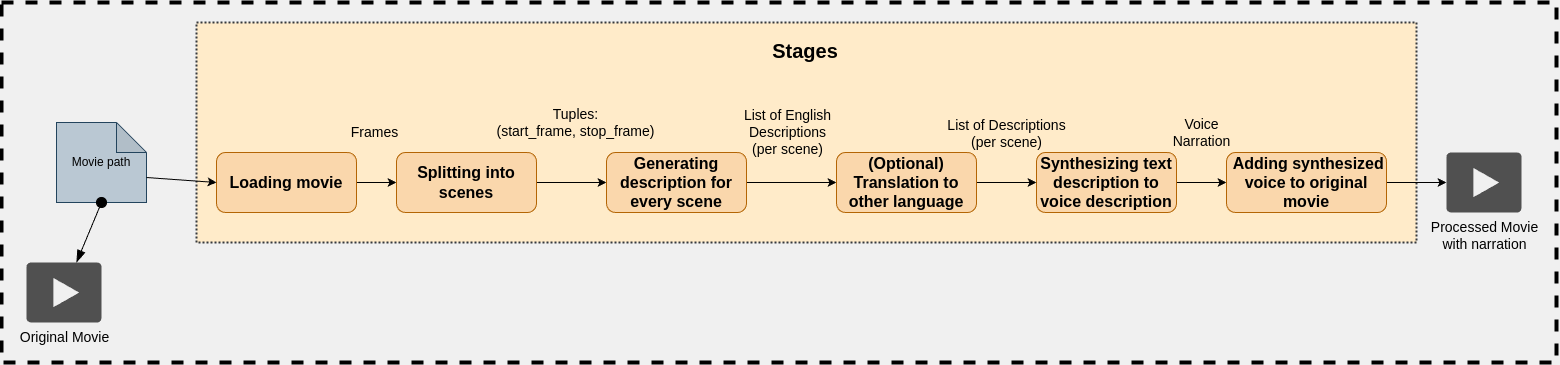
Before: Dataflow_Stages.png, a diagram exported from draw.io (BJankow/hackster.io-AI-video-narration-for-visually-impaired). Source tidied: cells renumbered, new cells last; positions are measured from the earlier drawing's top-left corner, leaving out a move shared by most shapes. The source it was exported from:
```xml
<mxGraphModel background="#F0F0F0">
  <root>
    <mxCell id="0" />
    <mxCell id="1" value="Stages" parent="0" />
    <mxCell id="2" value="&lt;font size=&quot;1&quot; style=&quot;&quot;&gt;&lt;b style=&quot;font-size: 20px;&quot;&gt;Stages&lt;/b&gt;&lt;/font&gt;" style="rounded=0;whiteSpace=wrap;html=1;fillColor=#FFEBC9;movableLabel=1;strokeWidth=2;dashed=1;dashPattern=1 1;strokeColor=#36393d;" parent="1" vertex="1">
      <mxGeometry x="195" y="20" width="1220" height="220" as="geometry">
        <mxPoint x="-1" y="-82" as="offset" />
      </mxGeometry>
    </mxCell>
    <mxCell id="3" value="&lt;font style=&quot;font-size: 14px;&quot;&gt;Frames&lt;/font&gt;" style="edgeStyle=orthogonalEdgeStyle;rounded=0;jettySize=auto;html=1;labelBackgroundColor=#FFEBC9;" parent="1" edge="1" source="4" target="8">
      <mxGeometry x="-0.14" y="50" relative="1" as="geometry" />
    </mxCell>
    <mxCell id="4" value="&lt;font style=&quot;font-size: 16px;&quot;&gt;&lt;b&gt;Loading movie&lt;/b&gt;&lt;/font&gt;" style="rounded=1;whiteSpace=wrap;html=1;fillColor=#fad7ac;strokeColor=#b46504;" parent="1" vertex="1">
      <mxGeometry x="215" y="150" width="140" height="60" as="geometry" />
    </mxCell>
    <mxCell id="5" value="Movie path" style="shape=note;whiteSpace=wrap;html=1;backgroundOutline=1;darkOpacity=0.05;fillColor=#bac8d3;strokeColor=#23445d;" parent="1" vertex="1">
      <mxGeometry x="55" y="120" width="90" height="80" as="geometry" />
    </mxCell>
    <mxCell id="6" style="rounded=0;jettySize=auto;html=1;entryX=0;entryY=0;entryDx=90;entryDy=55;entryPerimeter=0;endArrow=none;endFill=0;exitX=0;exitY=0.5;exitDx=0;exitDy=0;startArrow=classic;startFill=1;" parent="1" edge="1" source="4" target="5">
      <mxGeometry relative="1" as="geometry" />
    </mxCell>
    <mxCell id="7" value="&lt;span style=&quot;font-size: 14px;&quot;&gt;Tuples:&lt;br&gt;(start_frame, stop_frame)&lt;/span&gt;" style="edgeStyle=orthogonalEdgeStyle;rounded=0;jettySize=auto;html=1;labelBackgroundColor=#FFEBC9;" parent="1" edge="1" source="8" target="10">
      <mxGeometry x="0.11" y="60" relative="1" as="geometry" />
    </mxCell>
    <mxCell id="8" value="&lt;font style=&quot;font-size: 16px;&quot;&gt;&lt;b&gt;Splitting into scenes&lt;/b&gt;&lt;/font&gt;" style="rounded=1;whiteSpace=wrap;html=1;fillColor=#fad7ac;strokeColor=#b46504;" parent="1" vertex="1">
      <mxGeometry x="395" y="150" width="140" height="60" as="geometry" />
    </mxCell>
    <mxCell id="9" value="&lt;div&gt;&lt;font style=&quot;font-size: 14px;&quot;&gt;List of English&lt;/font&gt;&lt;/div&gt;&lt;font style=&quot;font-size: 14px;&quot;&gt;Descriptions&lt;/font&gt;&lt;div&gt;&lt;font style=&quot;font-size: 14px;&quot;&gt;(per scene)&lt;/font&gt;&lt;/div&gt;" style="edgeStyle=orthogonalEdgeStyle;rounded=0;jettySize=auto;html=1;labelBackgroundColor=#FFEBC9;entryX=0;entryY=0.5;entryDx=0;entryDy=0;" parent="1" edge="1" source="10" target="19">
      <mxGeometry x="-0.09" y="50" relative="1" as="geometry" />
    </mxCell>
    <mxCell id="10" value="&lt;font style=&quot;font-size: 16px;&quot;&gt;&lt;b&gt;Generating description for every scene&lt;/b&gt;&lt;/font&gt;" style="rounded=1;whiteSpace=wrap;html=1;fillColor=#fad7ac;strokeColor=#b46504;" parent="1" vertex="1">
      <mxGeometry x="605" y="150" width="140" height="60" as="geometry" />
    </mxCell>
    <mxCell id="11" value="&lt;div&gt;&lt;span style=&quot;font-size: 14px;&quot;&gt;Voice&lt;/span&gt;&lt;span style=&quot;font-size: 14px;&quot;&gt;&lt;br&gt;&lt;/span&gt;&lt;/div&gt;&lt;span style=&quot;font-size: 14px;&quot;&gt;Narration&lt;/span&gt;" style="edgeStyle=orthogonalEdgeStyle;rounded=0;jettySize=auto;html=1;labelBackgroundColor=#FFEBC9;exitX=1;exitY=0.5;exitDx=0;exitDy=0;" parent="1" edge="1" source="12" target="14">
      <mxGeometry y="50" relative="1" as="geometry" />
    </mxCell>
    <mxCell id="12" value="&lt;font style=&quot;font-size: 16px;&quot;&gt;&lt;b&gt;Synthesizing text description to voice&amp;nbsp;&lt;/b&gt;&lt;/font&gt;&lt;b style=&quot;font-size: 16px;&quot;&gt;description&lt;/b&gt;" style="rounded=1;whiteSpace=wrap;html=1;fillColor=#fad7ac;strokeColor=#b46504;" parent="1" vertex="1">
      <mxGeometry x="1035" y="150" width="140" height="60" as="geometry" />
    </mxCell>
    <mxCell id="13" style="edgeStyle=orthogonalEdgeStyle;rounded=0;jettySize=auto;html=1;exitX=1;exitY=0.5;exitDx=0;exitDy=0;" parent="1" edge="1" source="14" target="15">
      <mxGeometry relative="1" as="geometry" />
    </mxCell>
    <mxCell id="14" value="&lt;b&gt;&lt;font style=&quot;font-size: 16px;&quot;&gt;&amp;nbsp;Adding synthesized voice to original movie&lt;/font&gt;&lt;/b&gt;" style="rounded=1;whiteSpace=wrap;html=1;fillColor=#fad7ac;strokeColor=#b46504;" parent="1" vertex="1">
      <mxGeometry x="1225" y="150" width="160" height="60" as="geometry" />
    </mxCell>
    <mxCell id="15" value="&lt;font style=&quot;font-size: 14px;&quot;&gt;Processed Movie&lt;/font&gt;&lt;div&gt;&lt;font style=&quot;font-size: 14px;&quot;&gt;with narration&lt;/font&gt;&lt;/div&gt;" style="sketch=0;shadow=0;dashed=0;html=1;strokeColor=none;fillColor=#505050;labelPosition=center;verticalLabelPosition=bottom;verticalAlign=top;outlineConnect=0;align=center;shape=mxgraph.office.concepts.video_play;" parent="1" vertex="1">
      <mxGeometry x="1445" y="150" width="75" height="60" as="geometry" />
    </mxCell>
    <mxCell id="16" style="rounded=0;jettySize=auto;html=1;exitX=0.5;exitY=1;exitDx=0;exitDy=0;exitPerimeter=0;startArrow=oval;startFill=1;endArrow=blockThin;endFill=1;endSize=10;startSize=10;" parent="1" edge="1" source="5" target="20">
      <mxGeometry relative="1" as="geometry" />
    </mxCell>
    <mxCell id="17" style="edgeStyle=orthogonalEdgeStyle;rounded=0;jettySize=auto;html=1;exitX=1;exitY=0.5;exitDx=0;exitDy=0;entryX=0;entryY=0.5;entryDx=0;entryDy=0;" parent="1" edge="1" source="19" target="12">
      <mxGeometry relative="1" as="geometry" />
    </mxCell>
    <mxCell id="18" value="&lt;font style=&quot;font-size: 14px;&quot;&gt;List of Descriptions&lt;/font&gt;&lt;div style=&quot;font-size: 14px;&quot;&gt;&lt;font style=&quot;font-size: 14px;&quot;&gt;(per scene)&lt;/font&gt;&lt;/div&gt;" style="edgeLabel;html=1;align=center;verticalAlign=middle;labelBackgroundColor=#FFEBC9;" parent="17" vertex="1">
      <mxGeometry x="-0.03" relative="1" as="geometry">
        <mxPoint y="-50" as="offset" />
      </mxGeometry>
    </mxCell>
    <mxCell id="19" value="&lt;span style=&quot;font-size: 16px;&quot;&gt;&lt;b&gt;(Optional)&lt;/b&gt;&lt;/span&gt;&lt;div&gt;&lt;span style=&quot;font-size: 16px;&quot;&gt;&lt;b&gt;Translation to other language&lt;/b&gt;&lt;/span&gt;&lt;/div&gt;" style="rounded=1;whiteSpace=wrap;html=1;fillColor=#fad7ac;strokeColor=#b46504;" parent="1" vertex="1">
      <mxGeometry x="835" y="150" width="140" height="60" as="geometry" />
    </mxCell>
    <mxCell id="20" value="&lt;font style=&quot;font-size: 14px;&quot;&gt;Original Movie&lt;/font&gt;" style="sketch=0;shadow=0;dashed=0;html=1;strokeColor=none;fillColor=#505050;labelPosition=center;verticalLabelPosition=bottom;verticalAlign=top;outlineConnect=0;align=center;shape=mxgraph.office.concepts.video_play;" parent="1" vertex="1">
      <mxGeometry x="25" y="260" width="75" height="60" as="geometry" />
    </mxCell>
    <mxCell id="21" style="rounded=0;whiteSpace=wrap;html=1;fillColor=none;dashed=1;strokeWidth=4;" parent="1" vertex="1">
      <mxGeometry width="1555" height="360" as="geometry" />
    </mxCell>
  </root>
</mxGraphModel>
```
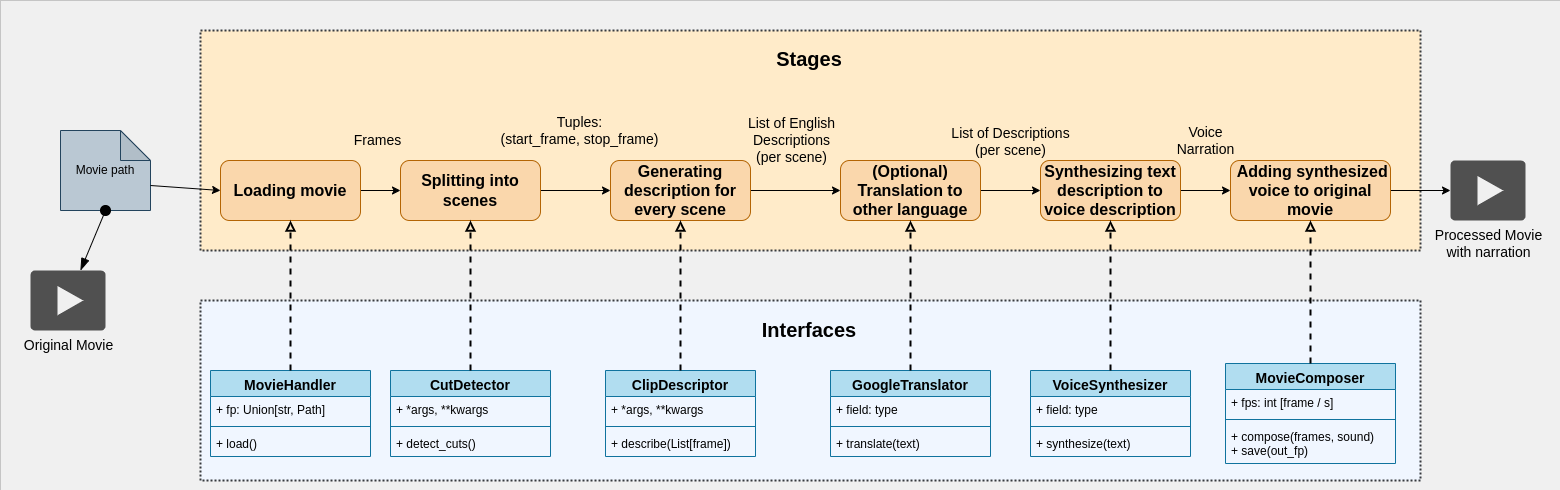
The same diagram one commit later.

Diff of the diagram source:
```diff
@@ -63,8 +63,104 @@
     <mxCell id="20" value="&lt;font style=&quot;font-size: 14px;&quot;&gt;Original Movie&lt;/font&gt;" style="sketch=0;shadow=0;dashed=0;html=1;strokeColor=none;fillColor=#505050;labelPosition=center;verticalLabelPosition=bottom;verticalAlign=top;outlineConnect=0;align=center;shape=mxgraph.office.concepts.video_play;" parent="1" vertex="1">
       <mxGeometry x="25" y="260" width="75" height="60" as="geometry" />
     </mxCell>
-    <mxCell id="21" style="rounded=0;whiteSpace=wrap;html=1;fillColor=none;dashed=1;strokeWidth=4;" parent="1" vertex="1">
-      <mxGeometry width="1555" height="360" as="geometry" />
-    </mxCell>
+    <mxCell id="22" value="Interfaces" parent="0" />
+    <mxCell id="23" value="&lt;font size=&quot;1&quot; style=&quot;&quot;&gt;&lt;b style=&quot;font-size: 20px;&quot;&gt;Interfaces&lt;/b&gt;&lt;/font&gt;" style="rounded=0;whiteSpace=wrap;html=1;fillColor=#F0F6FF;movableLabel=1;strokeWidth=2;dashed=1;dashPattern=1 1;strokeColor=#36393d;" parent="22" vertex="1">
+      <mxGeometry x="195" y="290" width="1220" height="180" as="geometry">
+        <mxPoint x="-1" y="-61" as="offset" />
+      </mxGeometry>
+    </mxCell>
+    <mxCell id="24" value="&lt;font style=&quot;font-size: 14px;&quot;&gt;MovieHandler&lt;/font&gt;" style="swimlane;fontStyle=1;align=center;verticalAlign=top;horizontal=1;startSize=26;whiteSpace=wrap;html=1;fillColor=#b1ddf0;strokeColor=#10739e;" parent="22" vertex="1">
+      <mxGeometry x="205" y="360" width="160" height="86" as="geometry" />
+    </mxCell>
+    <mxCell id="25" value="+ fp: Union[str, Path]" style="text;strokeColor=none;fillColor=none;align=left;verticalAlign=top;spacingLeft=4;spacingRight=4;overflow=hidden;whiteSpace=wrap;html=1;" parent="24" vertex="1">
+      <mxGeometry y="26" width="160" height="26" as="geometry" />
+    </mxCell>
+    <mxCell id="26" style="line;strokeWidth=1;fillColor=none;align=left;verticalAlign=middle;spacingTop=-1;spacingLeft=3;spacingRight=3;labelPosition=right;strokeColor=inherit;" parent="24" vertex="1">
+      <mxGeometry y="52" width="160" height="8" as="geometry" />
+    </mxCell>
+    <mxCell id="27" value="+ load()" style="text;strokeColor=none;fillColor=none;align=left;verticalAlign=top;spacingLeft=4;spacingRight=4;overflow=hidden;whiteSpace=wrap;html=1;" parent="24" vertex="1">
+      <mxGeometry y="60" width="160" height="26" as="geometry" />
+    </mxCell>
+    <mxCell id="28" value="&lt;font style=&quot;font-size: 14px;&quot;&gt;CutDetector&lt;/font&gt;" style="swimlane;fontStyle=1;align=center;verticalAlign=top;horizontal=1;startSize=26;whiteSpace=wrap;html=1;fillColor=#b1ddf0;strokeColor=#10739e;" parent="22" vertex="1">
+      <mxGeometry x="385" y="360" width="160" height="86" as="geometry" />
+    </mxCell>
+    <mxCell id="29" value="+ *args, **kwargs" style="text;strokeColor=none;fillColor=none;align=left;verticalAlign=top;spacingLeft=4;spacingRight=4;overflow=hidden;whiteSpace=wrap;html=1;" parent="28" vertex="1">
+      <mxGeometry y="26" width="160" height="26" as="geometry" />
+    </mxCell>
+    <mxCell id="30" style="line;strokeWidth=1;fillColor=none;align=left;verticalAlign=middle;spacingTop=-1;spacingLeft=3;spacingRight=3;labelPosition=right;strokeColor=inherit;" parent="28" vertex="1">
+      <mxGeometry y="52" width="160" height="8" as="geometry" />
+    </mxCell>
+    <mxCell id="31" value="+ detect_cuts()" style="text;strokeColor=none;fillColor=none;align=left;verticalAlign=top;spacingLeft=4;spacingRight=4;overflow=hidden;whiteSpace=wrap;html=1;" parent="28" vertex="1">
+      <mxGeometry y="60" width="160" height="26" as="geometry" />
+    </mxCell>
+    <mxCell id="32" value="&lt;font style=&quot;font-size: 14px;&quot;&gt;ClipDescriptor&lt;/font&gt;" style="swimlane;fontStyle=1;align=center;verticalAlign=top;horizontal=1;startSize=26;whiteSpace=wrap;html=1;fillColor=#b1ddf0;strokeColor=#10739e;" parent="22" vertex="1">
+      <mxGeometry x="600" y="360" width="150" height="86" as="geometry" />
+    </mxCell>
+    <mxCell id="33" value="+ *args, **kwargs" style="text;strokeColor=none;fillColor=none;align=left;verticalAlign=top;spacingLeft=4;spacingRight=4;overflow=hidden;whiteSpace=wrap;html=1;" parent="32" vertex="1">
+      <mxGeometry y="26" width="150" height="26" as="geometry" />
+    </mxCell>
+    <mxCell id="34" style="line;strokeWidth=1;fillColor=none;align=left;verticalAlign=middle;spacingTop=-1;spacingLeft=3;spacingRight=3;labelPosition=right;strokeColor=inherit;" parent="32" vertex="1">
+      <mxGeometry y="52" width="150" height="8" as="geometry" />
+    </mxCell>
+    <mxCell id="35" value="+ describe(List[frame])" style="text;strokeColor=none;fillColor=none;align=left;verticalAlign=top;spacingLeft=4;spacingRight=4;overflow=hidden;whiteSpace=wrap;html=1;" parent="32" vertex="1">
+      <mxGeometry y="60" width="150" height="26" as="geometry" />
+    </mxCell>
+    <mxCell id="36" value="&lt;font style=&quot;font-size: 14px;&quot;&gt;VoiceSynthesizer&lt;/font&gt;" style="swimlane;fontStyle=1;align=center;verticalAlign=top;horizontal=1;startSize=26;whiteSpace=wrap;html=1;fillColor=#b1ddf0;strokeColor=#10739e;" parent="22" vertex="1">
+      <mxGeometry x="1025" y="360" width="160" height="86" as="geometry" />
+    </mxCell>
+    <mxCell id="37" value="+ field: type" style="text;strokeColor=none;fillColor=none;align=left;verticalAlign=top;spacingLeft=4;spacingRight=4;overflow=hidden;whiteSpace=wrap;html=1;" parent="36" vertex="1">
+      <mxGeometry y="26" width="160" height="26" as="geometry" />
+    </mxCell>
+    <mxCell id="38" style="line;strokeWidth=1;fillColor=none;align=left;verticalAlign=middle;spacingTop=-1;spacingLeft=3;spacingRight=3;labelPosition=right;strokeColor=inherit;" parent="36" vertex="1">
+      <mxGeometry y="52" width="160" height="8" as="geometry" />
+    </mxCell>
+    <mxCell id="39" value="+ synthesize(text)" style="text;strokeColor=none;fillColor=none;align=left;verticalAlign=top;spacingLeft=4;spacingRight=4;overflow=hidden;whiteSpace=wrap;html=1;" parent="36" vertex="1">
+      <mxGeometry y="60" width="160" height="26" as="geometry" />
+    </mxCell>
+    <mxCell id="40" value="&lt;font style=&quot;font-size: 14px;&quot;&gt;MovieComposer&lt;/font&gt;" style="swimlane;fontStyle=1;align=center;verticalAlign=top;horizontal=1;startSize=26;whiteSpace=wrap;html=1;fillColor=#b1ddf0;strokeColor=#10739e;" parent="22" vertex="1">
+      <mxGeometry x="1220" y="353" width="170" height="100" as="geometry" />
+    </mxCell>
+    <mxCell id="41" value="+ fps: int [frame / s]" style="text;strokeColor=none;fillColor=none;align=left;verticalAlign=top;spacingLeft=4;spacingRight=4;overflow=hidden;whiteSpace=wrap;html=1;" parent="40" vertex="1">
+      <mxGeometry y="26" width="170" height="26" as="geometry" />
+    </mxCell>
+    <mxCell id="42" style="line;strokeWidth=1;fillColor=none;align=left;verticalAlign=middle;spacingTop=-1;spacingLeft=3;spacingRight=3;labelPosition=right;strokeColor=inherit;" parent="40" vertex="1">
+      <mxGeometry y="52" width="170" height="8" as="geometry" />
+    </mxCell>
+    <mxCell id="43" value="+ compose(frames, sound)&lt;div&gt;+ save(out_fp)&lt;/div&gt;" style="text;strokeColor=none;fillColor=none;align=left;verticalAlign=top;spacingLeft=4;spacingRight=4;overflow=hidden;whiteSpace=wrap;html=1;" parent="40" vertex="1">
+      <mxGeometry y="60" width="170" height="40" as="geometry" />
+    </mxCell>
+    <mxCell id="44" value="&lt;font style=&quot;font-size: 14px;&quot;&gt;GoogleTranslator&lt;/font&gt;" style="swimlane;fontStyle=1;align=center;verticalAlign=top;horizontal=1;startSize=26;whiteSpace=wrap;html=1;fillColor=#b1ddf0;strokeColor=#10739e;" parent="22" vertex="1">
+      <mxGeometry x="825" y="360" width="160" height="86" as="geometry" />
+    </mxCell>
+    <mxCell id="45" value="+ field: type" style="text;strokeColor=none;fillColor=none;align=left;verticalAlign=top;spacingLeft=4;spacingRight=4;overflow=hidden;whiteSpace=wrap;html=1;" parent="44" vertex="1">
+      <mxGeometry y="26" width="160" height="26" as="geometry" />
+    </mxCell>
+    <mxCell id="46" style="line;strokeWidth=1;fillColor=none;align=left;verticalAlign=middle;spacingTop=-1;spacingLeft=3;spacingRight=3;labelPosition=right;strokeColor=inherit;" parent="44" vertex="1">
+      <mxGeometry y="52" width="160" height="8" as="geometry" />
+    </mxCell>
+    <mxCell id="47" value="+ translate(text)" style="text;strokeColor=none;fillColor=none;align=left;verticalAlign=top;spacingLeft=4;spacingRight=4;overflow=hidden;whiteSpace=wrap;html=1;" parent="44" vertex="1">
+      <mxGeometry y="60" width="160" height="26" as="geometry" />
+    </mxCell>
+    <mxCell id="48" style="edgeStyle=orthogonalEdgeStyle;rounded=0;jettySize=auto;html=1;endArrow=block;endFill=0;dashed=1;strokeWidth=2;entryX=0.5;entryY=1;entryDx=0;entryDy=0;" parent="22" edge="1" source="40" target="14">
+      <mxGeometry relative="1" as="geometry" />
+    </mxCell>
+    <mxCell id="49" style="edgeStyle=orthogonalEdgeStyle;rounded=0;jettySize=auto;html=1;endArrow=block;endFill=0;dashed=1;strokeWidth=2;entryX=0.5;entryY=1;entryDx=0;entryDy=0;" parent="22" edge="1" source="36" target="12">
+      <mxGeometry relative="1" as="geometry" />
+    </mxCell>
+    <mxCell id="50" style="edgeStyle=orthogonalEdgeStyle;rounded=0;jettySize=auto;html=1;endArrow=block;endFill=0;dashed=1;strokeWidth=2;entryX=0.5;entryY=1;entryDx=0;entryDy=0;exitX=0.5;exitY=0;exitDx=0;exitDy=0;" parent="22" edge="1" source="44" target="19">
+      <mxGeometry relative="1" as="geometry" />
+    </mxCell>
+    <mxCell id="51" style="edgeStyle=orthogonalEdgeStyle;rounded=0;jettySize=auto;html=1;endArrow=block;endFill=0;dashed=1;strokeWidth=2;entryX=0.5;entryY=1;entryDx=0;entryDy=0;" parent="22" edge="1" source="32" target="10">
+      <mxGeometry relative="1" as="geometry" />
+    </mxCell>
+    <mxCell id="52" style="edgeStyle=orthogonalEdgeStyle;rounded=0;jettySize=auto;html=1;endArrow=block;endFill=0;dashed=1;strokeWidth=2;entryX=0.5;entryY=1;entryDx=0;entryDy=0;" parent="22" edge="1" source="28" target="8">
+      <mxGeometry relative="1" as="geometry" />
+    </mxCell>
+    <mxCell id="53" style="edgeStyle=orthogonalEdgeStyle;rounded=0;jettySize=auto;html=1;endArrow=block;endFill=0;dashed=1;strokeWidth=2;entryX=0.5;entryY=1;entryDx=0;entryDy=0;" parent="22" edge="1" source="24" target="4">
+      <mxGeometry relative="1" as="geometry" />
+    </mxCell>
+    <mxCell id="54" style="rounded=0;whiteSpace=wrap;html=1;fillColor=none;strokeWidth=0;" parent="22" vertex="1">
+      <mxGeometry x="-5" y="-10" width="1560" height="490" as="geometry" />
+    </mxCell>
   </root>
 </mxGraphModel>
```
